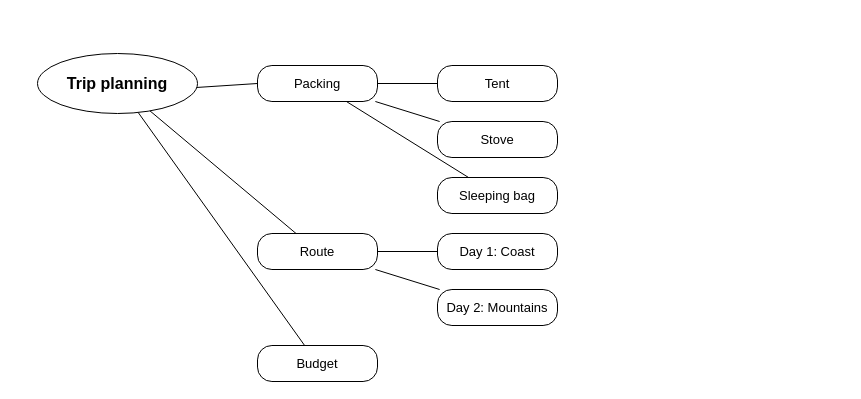
Before: samples/basic.drawio in HCl-not-HCi/drawio-mindmap, a draw.io diagram. Source tidied: cells renumbered, new cells numbered last; positions are measured from the earlier drawing's top-left corner, leaving out a move shared by most shapes. Both pictures are drawn from the tidied source at 100%, with x=0, y=0 at pixel (37, 53).
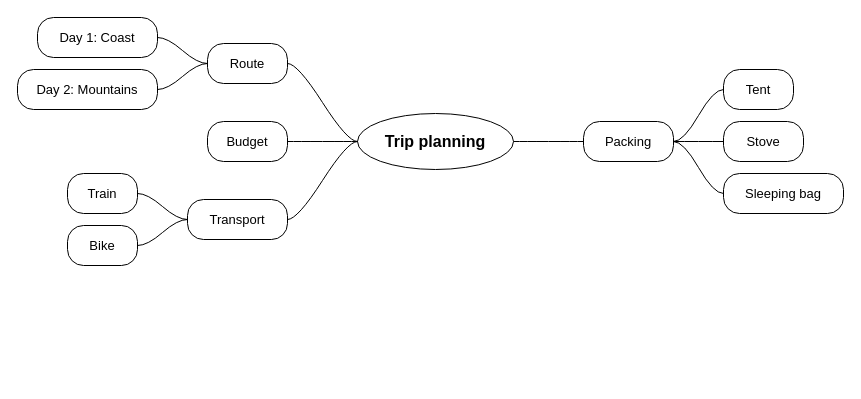
The same page after the edit.

Diff of the diagram source:
```diff
@@
     <mxCell id="2" value="Trip planning" style="ellipse;whiteSpace=wrap;html=1;fontSize=16;fontStyle=1;mindmap=1;mmRole=root;" parent="1" vertex="1">
-      <mxGeometry width="160" height="60" as="geometry" />
+      <mxGeometry x="320" y="60" width="156" height="56" as="geometry" />
     </mxCell>
-    <mxCell id="3" value="Packing" style="rounded=1;arcSize=40;whiteSpace=wrap;html=1;fontSize=13;mindmap=1;mmRole=topic;mmOrder=0;" parent="1" vertex="1">
-      <mxGeometry x="220" y="12" width="120" height="36" as="geometry" />
+    <mxCell id="3" value="Packing" style="rounded=1;arcSize=40;whiteSpace=wrap;html=1;fontSize=13;mindmap=1;mmRole=topic;mmOrder=0;mmSide=right;" parent="1" vertex="1">
+      <mxGeometry x="546" y="68" width="90" height="40" as="geometry" />
     </mxCell>
-    <mxCell id="4" style="endArrow=none;html=1;rounded=0;mmEdge=1;" parent="1" edge="1" source="2" target="3">
+    <mxCell id="4" style="edgeStyle=entityRelationEdgeStyle;curved=1;segment=10;endArrow=none;startArrow=none;html=1;rounded=0;mmEdge=1;" parent="1" edge="1" source="2" target="3">
       <mxGeometry relative="1" as="geometry" />
     </mxCell>
     <mxCell id="5" value="Tent" style="rounded=1;arcSize=40;whiteSpace=wrap;html=1;fontSize=13;mindmap=1;mmRole=topic;mmOrder=0;" parent="1" vertex="1">
-      <mxGeometry x="400" y="12" width="120" height="36" as="geometry" />
+      <mxGeometry x="686" y="16" width="70" height="40" as="geometry" />
     </mxCell>
-    <mxCell id="6" style="endArrow=none;html=1;rounded=0;mmEdge=1;" parent="1" edge="1" source="3" target="5">
+    <mxCell id="6" style="edgeStyle=entityRelationEdgeStyle;curved=1;segment=10;endArrow=none;startArrow=none;html=1;rounded=0;mmEdge=1;" parent="1" edge="1" source="3" target="5">
       <mxGeometry relative="1" as="geometry" />
     </mxCell>
     <mxCell id="7" value="Stove" style="rounded=1;arcSize=40;whiteSpace=wrap;html=1;fontSize=13;mindmap=1;mmRole=topic;mmOrder=1;" parent="1" vertex="1">
-      <mxGeometry x="400" y="68" width="120" height="36" as="geometry" />
+      <mxGeometry x="686" y="68" width="80" height="40" as="geometry" />
     </mxCell>
-    <mxCell id="8" style="endArrow=none;html=1;rounded=0;mmEdge=1;" parent="1" edge="1" source="3" target="7">
+    <mxCell id="8" style="edgeStyle=entityRelationEdgeStyle;curved=1;segment=10;endArrow=none;startArrow=none;html=1;rounded=0;mmEdge=1;" parent="1" edge="1" source="3" target="7">
       <mxGeometry relative="1" as="geometry" />
     </mxCell>
     <mxCell id="9" value="Sleeping bag" style="rounded=1;arcSize=40;whiteSpace=wrap;html=1;fontSize=13;mindmap=1;mmRole=topic;mmOrder=2;" parent="1" vertex="1">
-      <mxGeometry x="400" y="124" width="120" height="36" as="geometry" />
+      <mxGeometry x="686" y="120" width="120" height="40" as="geometry" />
     </mxCell>
-    <mxCell id="10" style="endArrow=none;html=1;rounded=0;mmEdge=1;" parent="1" edge="1" source="3" target="9">
+    <mxCell id="10" style="edgeStyle=entityRelationEdgeStyle;curved=1;segment=10;endArrow=none;startArrow=none;html=1;rounded=0;mmEdge=1;" parent="1" edge="1" source="3" target="9">
       <mxGeometry relative="1" as="geometry" />
     </mxCell>
-    <mxCell id="11" value="Route" style="rounded=1;arcSize=40;whiteSpace=wrap;html=1;fontSize=13;mindmap=1;mmRole=topic;mmOrder=1;" parent="1" vertex="1">
-      <mxGeometry x="220" y="180" width="120" height="36" as="geometry" />
+    <mxCell id="11" value="Route" style="rounded=1;arcSize=40;whiteSpace=wrap;html=1;fontSize=13;mindmap=1;mmRole=topic;mmOrder=1;mmSide=left;" parent="1" vertex="1">
+      <mxGeometry x="170" y="-10" width="80" height="40" as="geometry" />
     </mxCell>
-    <mxCell id="12" style="endArrow=none;html=1;rounded=0;mmEdge=1;" parent="1" edge="1" source="2" target="11">
+    <mxCell id="12" style="edgeStyle=entityRelationEdgeStyle;curved=1;segment=10;endArrow=none;startArrow=none;html=1;rounded=0;mmEdge=1;" parent="1" edge="1" source="2" target="11">
       <mxGeometry relative="1" as="geometry" />
     </mxCell>
     <mxCell id="13" value="Day 1: Coast" style="rounded=1;arcSize=40;whiteSpace=wrap;html=1;fontSize=13;mindmap=1;mmRole=topic;mmOrder=0;" parent="1" vertex="1">
-      <mxGeometry x="400" y="180" width="120" height="36" as="geometry" />
+      <mxGeometry y="-36" width="120" height="40" as="geometry" />
     </mxCell>
-    <mxCell id="14" style="endArrow=none;html=1;rounded=0;mmEdge=1;" parent="1" edge="1" source="11" target="13">
+    <mxCell id="14" style="edgeStyle=entityRelationEdgeStyle;curved=1;segment=10;endArrow=none;startArrow=none;html=1;rounded=0;mmEdge=1;" parent="1" edge="1" source="11" target="13">
       <mxGeometry relative="1" as="geometry" />
     </mxCell>
     <mxCell id="15" value="Day 2: Mountains" style="rounded=1;arcSize=40;whiteSpace=wrap;html=1;fontSize=13;mindmap=1;mmRole=topic;mmOrder=1;" parent="1" vertex="1">
-      <mxGeometry x="400" y="236" width="120" height="36" as="geometry" />
+      <mxGeometry x="-20" y="16" width="140" height="40" as="geometry" />
     </mxCell>
-    <mxCell id="16" style="endArrow=none;html=1;rounded=0;mmEdge=1;" parent="1" edge="1" source="11" target="15">
+    <mxCell id="16" style="edgeStyle=entityRelationEdgeStyle;curved=1;segment=10;endArrow=none;startArrow=none;html=1;rounded=0;mmEdge=1;" parent="1" edge="1" source="11" target="15">
       <mxGeometry relative="1" as="geometry" />
     </mxCell>
-    <mxCell id="17" value="Budget" style="rounded=1;arcSize=40;whiteSpace=wrap;html=1;fontSize=13;mindmap=1;mmRole=topic;mmOrder=2;" parent="1" vertex="1">
-      <mxGeometry x="220" y="292" width="120" height="36" as="geometry" />
+    <mxCell id="17" value="Budget" style="rounded=1;arcSize=40;whiteSpace=wrap;html=1;fontSize=13;mindmap=1;mmRole=topic;mmOrder=2;mmSide=left;" parent="1" vertex="1">
+      <mxGeometry x="170" y="68" width="80" height="40" as="geometry" />
     </mxCell>
-    <mxCell id="18" style="endArrow=none;html=1;rounded=0;mmEdge=1;" parent="1" edge="1" source="2" target="17">
+    <mxCell id="18" style="edgeStyle=entityRelationEdgeStyle;curved=1;segment=10;endArrow=none;startArrow=none;html=1;rounded=0;mmEdge=1;" parent="1" edge="1" source="2" target="17">
       <mxGeometry relative="1" as="geometry" />
     </mxCell>
+    <mxCell id="19" value="Transport" style="rounded=1;arcSize=40;whiteSpace=wrap;html=1;fontSize=13;mindmap=1;mmRole=topic;mmOrder=3;mmSide=left;" parent="1" vertex="1">
+      <mxGeometry x="150" y="146" width="100" height="40" as="geometry" />
+    </mxCell>
+    <mxCell id="20" style="edgeStyle=entityRelationEdgeStyle;curved=1;segment=10;endArrow=none;startArrow=none;html=1;rounded=0;mmEdge=1;" parent="1" edge="1" source="2" target="19">
+      <mxGeometry relative="1" as="geometry" />
+    </mxCell>
+    <mxCell id="21" value="Train" style="rounded=1;arcSize=40;whiteSpace=wrap;html=1;fontSize=13;mindmap=1;mmRole=topic;mmOrder=0;" parent="1" vertex="1">
+      <mxGeometry x="30" y="120" width="70" height="40" as="geometry" />
+    </mxCell>
+    <mxCell id="22" style="edgeStyle=entityRelationEdgeStyle;curved=1;segment=10;endArrow=none;startArrow=none;html=1;rounded=0;mmEdge=1;" parent="1" edge="1" source="19" target="21">
+      <mxGeometry relative="1" as="geometry" />
+    </mxCell>
+    <mxCell id="23" value="Bike" style="rounded=1;arcSize=40;whiteSpace=wrap;html=1;fontSize=13;mindmap=1;mmRole=topic;mmOrder=1;" parent="1" vertex="1">
+      <mxGeometry x="30" y="172" width="70" height="40" as="geometry" />
+    </mxCell>
+    <mxCell id="24" style="edgeStyle=entityRelationEdgeStyle;curved=1;segment=10;endArrow=none;startArrow=none;html=1;rounded=0;mmEdge=1;" parent="1" edge="1" source="19" target="23">
+      <mxGeometry relative="1" as="geometry" />
+    </mxCell>
```
